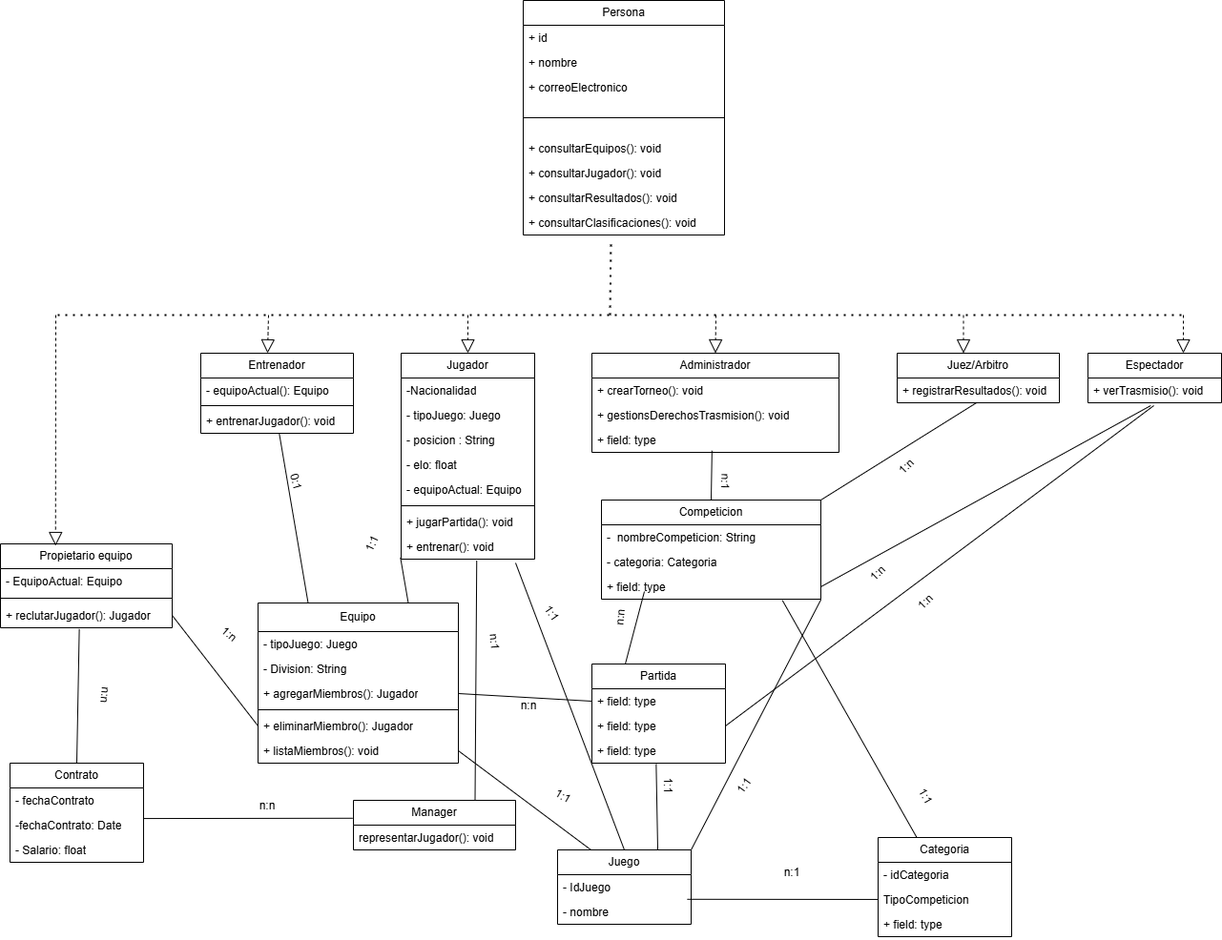
apy122/Trabajo-UML-EEDD keeps this draw.io diagram as Jpg/DiagramaClases.drawio.png. Above is the earlier version. Source tidied: cells renumbered, new cells last; positions are measured from the earlier drawing's top-left corner, leaving out a move shared by most shapes.
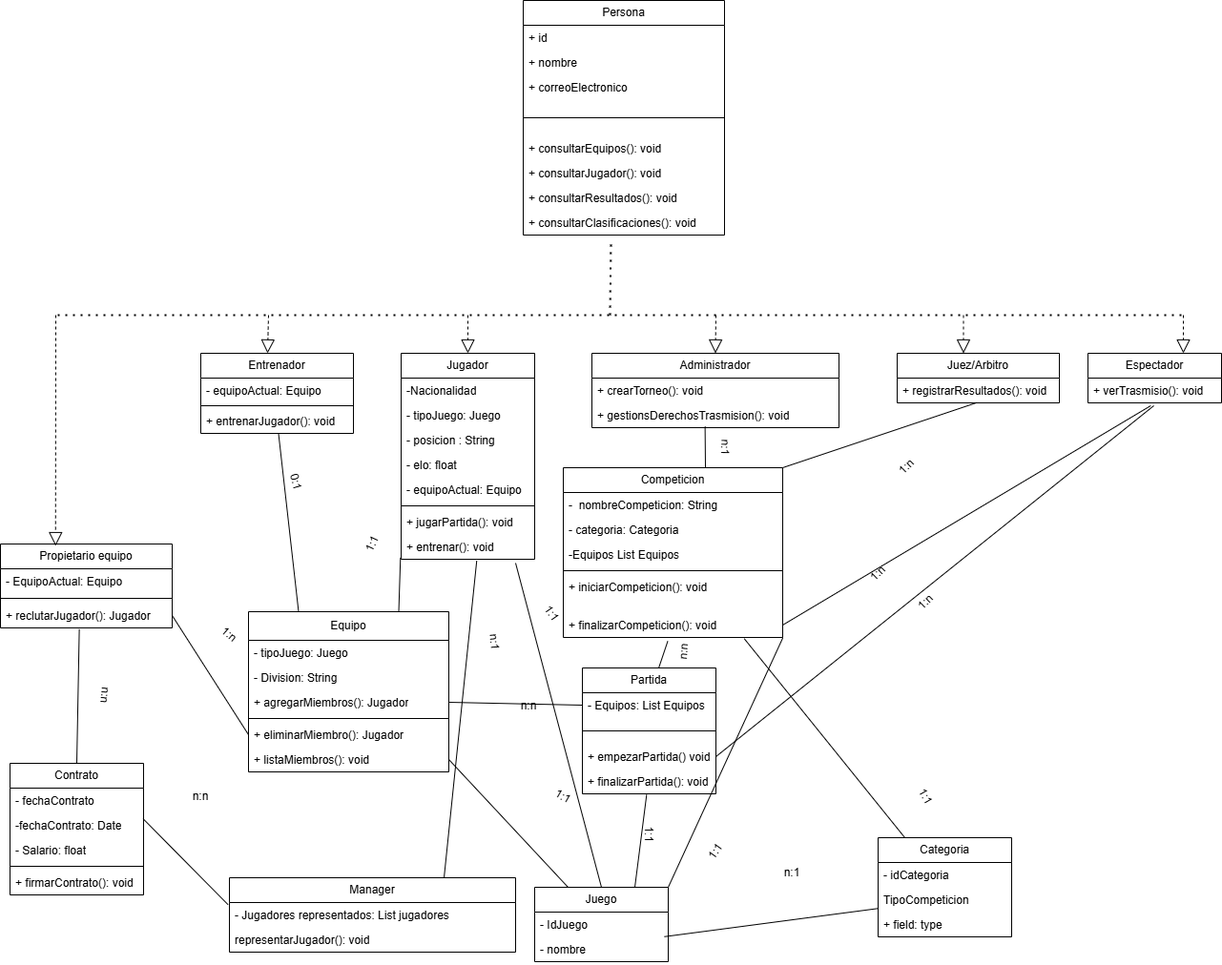
Later version of the same file.

Diff of the diagram source:
```diff
@@ -3,7 +3,7 @@
     <mxCell id="0" />
     <mxCell id="1" parent="0" />
     <mxCell id="2" value="Administrador" style="swimlane;fontStyle=0;horizontal=1;startSize=26;fillColor=none;whiteSpace=wrap;html=1;" parent="1" vertex="1">
-      <mxGeometry x="620" y="370" width="259" height="104" as="geometry" />
+      <mxGeometry x="620" y="370" width="259" height="78" as="geometry" />
     </mxCell>
     <mxCell id="3" value="+ crearTorneo(): void" style="text;strokeColor=none;fillColor=none;align=left;verticalAlign=top;spacingLeft=4;spacingRight=4;overflow=hidden;whiteSpace=wrap;html=1;" parent="2" vertex="1">
       <mxGeometry y="26" width="259" height="26" as="geometry" />
@@ -11,9 +11,6 @@
     <mxCell id="4" value="+ gestionsDerechosTrasmision(): void" style="text;strokeColor=none;fillColor=none;align=left;verticalAlign=top;spacingLeft=4;spacingRight=4;overflow=hidden;points=[[0,0.5],[1,0.5]];portConstraint=eastwest;whiteSpace=wrap;html=1;" parent="2" vertex="1">
       <mxGeometry y="52" width="259" height="26" as="geometry" />
     </mxCell>
-    <mxCell id="5" value="+ field: type" style="text;strokeColor=none;fillColor=none;align=left;verticalAlign=top;spacingLeft=4;spacingRight=4;overflow=hidden;points=[[0,0.5],[1,0.5]];portConstraint=eastwest;whiteSpace=wrap;html=1;" parent="2" vertex="1">
-      <mxGeometry y="78" width="259" height="26" as="geometry" />
-    </mxCell>
     <mxCell id="6" value="Juez/Arbitro" style="swimlane;fontStyle=0;horizontal=1;startSize=26;fillColor=none;whiteSpace=wrap;html=1;" parent="1" vertex="1">
       <mxGeometry x="940" y="370" width="170" height="52" as="geometry" />
     </mxCell>
@@ -60,15 +57,18 @@
       <mxGeometry y="190" width="140" height="26" as="geometry" />
     </mxCell>
     <mxCell id="21" value="Manager" style="swimlane;fontStyle=0;horizontal=1;startSize=26;fillColor=none;whiteSpace=wrap;html=1;" parent="1" vertex="1">
-      <mxGeometry x="370" y="839" width="170" height="52" as="geometry" />
+      <mxGeometry x="240" y="920" width="300" height="78" as="geometry" />
     </mxCell>
+    <mxCell id="109" value="- Jugadores representados: List jugadores" style="text;strokeColor=none;fillColor=none;align=left;verticalAlign=top;spacingLeft=4;spacingRight=4;overflow=hidden;whiteSpace=wrap;html=1;" parent="21" vertex="1">
+      <mxGeometry y="26" width="300" height="26" as="geometry" />
+    </mxCell>
     <mxCell id="22" value="representarJugador(): void" style="text;strokeColor=none;fillColor=none;align=left;verticalAlign=top;spacingLeft=4;spacingRight=4;overflow=hidden;whiteSpace=wrap;html=1;" parent="21" vertex="1">
-      <mxGeometry y="26" width="170" height="26" as="geometry" />
+      <mxGeometry y="52" width="300" height="26" as="geometry" />
     </mxCell>
     <mxCell id="23" value="Entrenador" style="swimlane;fontStyle=0;horizontal=1;startSize=26;fillColor=none;whiteSpace=wrap;html=1;" parent="1" vertex="1">
       <mxGeometry x="210" y="370" width="160" height="84" as="geometry" />
     </mxCell>
-    <mxCell id="24" value="- equipoActual(): Equipo" style="text;strokeColor=none;fillColor=none;align=left;verticalAlign=top;spacingLeft=4;spacingRight=4;overflow=hidden;whiteSpace=wrap;html=1;" parent="23" vertex="1">
+    <mxCell id="24" value="- equipoActual: Equipo" style="text;strokeColor=none;fillColor=none;align=left;verticalAlign=top;spacingLeft=4;spacingRight=4;overflow=hidden;whiteSpace=wrap;html=1;" parent="23" vertex="1">
       <mxGeometry y="26" width="160" height="26" as="geometry" />
     </mxCell>
     <mxCell id="25" style="line;strokeWidth=1;fillColor=none;align=left;verticalAlign=middle;spacingTop=-1;spacingLeft=3;spacingRight=3;labelPosition=right;strokeColor=inherit;" parent="23" vertex="1">
@@ -114,7 +114,7 @@
       <mxGeometry y="220" width="211" height="26" as="geometry" />
     </mxCell>
     <mxCell id="39" value="Equipo" style="swimlane;fontStyle=0;horizontal=1;startSize=30;fillColor=none;whiteSpace=wrap;html=1;" parent="1" vertex="1">
-      <mxGeometry x="270" y="632" width="210" height="168" as="geometry" />
+      <mxGeometry x="260" y="641" width="210" height="168" as="geometry" />
     </mxCell>
     <mxCell id="40" value="- tipoJuego: Juego" style="text;strokeColor=none;fillColor=none;align=left;verticalAlign=top;spacingLeft=4;spacingRight=4;overflow=hidden;whiteSpace=wrap;html=1;" parent="39" vertex="1">
       <mxGeometry y="30" width="210" height="26" as="geometry" />
@@ -135,7 +135,7 @@
       <mxGeometry y="142" width="210" height="26" as="geometry" />
     </mxCell>
     <mxCell id="46" value="Competicion" style="swimlane;fontStyle=0;horizontal=1;startSize=26;fillColor=none;whiteSpace=wrap;html=1;" parent="1" vertex="1">
-      <mxGeometry x="630" y="524" width="230" height="104" as="geometry" />
+      <mxGeometry x="590" y="490" width="230" height="178" as="geometry" />
     </mxCell>
     <mxCell id="47" value="-&amp;nbsp; nombreCompeticion: String" style="text;strokeColor=none;fillColor=none;align=left;verticalAlign=top;spacingLeft=4;spacingRight=4;overflow=hidden;whiteSpace=wrap;html=1;" parent="46" vertex="1">
       <mxGeometry y="26" width="230" height="26" as="geometry" />
@@ -143,8 +143,17 @@
     <mxCell id="48" value="- categoria: Categoria" style="text;strokeColor=none;fillColor=none;align=left;verticalAlign=top;spacingLeft=4;spacingRight=4;overflow=hidden;whiteSpace=wrap;html=1;" parent="46" vertex="1">
       <mxGeometry y="52" width="230" height="26" as="geometry" />
     </mxCell>
+    <mxCell id="110" value="-Equipos List Equipos" style="text;strokeColor=none;fillColor=none;align=left;verticalAlign=top;spacingLeft=4;spacingRight=4;overflow=hidden;whiteSpace=wrap;html=1;" parent="46" vertex="1">
+      <mxGeometry y="78" width="230" height="26" as="geometry" />
+    </mxCell>
+    <mxCell id="111" style="line;strokeWidth=1;fillColor=none;align=left;verticalAlign=middle;spacingTop=-1;spacingLeft=3;spacingRight=3;labelPosition=right;strokeColor=inherit;" parent="46" vertex="1">
+      <mxGeometry y="104" width="230" height="8" as="geometry" />
+    </mxCell>
+    <mxCell id="112" value="+ iniciarCompeticion(): void" style="text;strokeColor=none;fillColor=none;align=left;verticalAlign=top;spacingLeft=4;spacingRight=4;overflow=hidden;whiteSpace=wrap;html=1;" parent="46" vertex="1">
+      <mxGeometry y="112" width="230" height="40" as="geometry" />
+    </mxCell>
-    <mxCell id="49" value="+ field: type" style="text;strokeColor=none;fillColor=none;align=left;verticalAlign=top;spacingLeft=4;spacingRight=4;overflow=hidden;points=[[0,0.5],[1,0.5]];portConstraint=eastwest;whiteSpace=wrap;html=1;" parent="46" vertex="1">
-      <mxGeometry y="78" width="230" height="26" as="geometry" />
+    <mxCell id="49" value="+ finalizarCompeticion(): void" style="text;strokeColor=none;fillColor=none;align=left;verticalAlign=top;spacingLeft=4;spacingRight=4;overflow=hidden;points=[[0,0.5],[1,0.5]];portConstraint=eastwest;whiteSpace=wrap;html=1;" parent="46" vertex="1">
+      <mxGeometry y="152" width="230" height="26" as="geometry" />
     </mxCell>
     <mxCell id="50" style="endArrow=none;dashed=1;html=1;dashPattern=1 3;strokeWidth=2;rounded=0;" parent="1" edge="1">
       <mxGeometry relative="1" as="geometry">
@@ -192,7 +201,7 @@
       </mxGeometry>
     </mxCell>
     <mxCell id="58" value="Contrato" style="swimlane;fontStyle=0;horizontal=1;startSize=26;fillColor=none;whiteSpace=wrap;html=1;" parent="1" vertex="1">
-      <mxGeometry x="10" y="800" width="140" height="104" as="geometry" />
+      <mxGeometry x="10" y="800" width="140" height="138" as="geometry" />
     </mxCell>
     <mxCell id="59" value="- fechaContrato" style="text;strokeColor=none;fillColor=none;align=left;verticalAlign=top;spacingLeft=4;spacingRight=4;overflow=hidden;whiteSpace=wrap;html=1;" parent="58" vertex="1">
       <mxGeometry y="26" width="140" height="26" as="geometry" />
@@ -203,6 +212,12 @@
     <mxCell id="61" value="- Salario: float" style="text;strokeColor=none;fillColor=none;align=left;verticalAlign=top;spacingLeft=4;spacingRight=4;overflow=hidden;whiteSpace=wrap;html=1;" parent="58" vertex="1">
       <mxGeometry y="78" width="140" height="26" as="geometry" />
     </mxCell>
+    <mxCell id="113" style="line;strokeWidth=1;fillColor=none;align=left;verticalAlign=middle;spacingTop=-1;spacingLeft=3;spacingRight=3;labelPosition=right;strokeColor=inherit;" parent="58" vertex="1">
+      <mxGeometry y="104" width="140" height="8" as="geometry" />
+    </mxCell>
+    <mxCell id="114" value="+ firmarContrato(): void" style="text;strokeColor=none;fillColor=none;align=left;verticalAlign=top;spacingLeft=4;spacingRight=4;overflow=hidden;whiteSpace=wrap;html=1;" parent="58" vertex="1">
+      <mxGeometry y="112" width="140" height="26" as="geometry" />
+    </mxCell>
     <mxCell id="62" style="endArrow=none;html=1;rounded=0;entryX=-0.005;entryY=0.938;entryDx=0;entryDy=0;entryPerimeter=0;exitX=0.75;exitY=0;exitDx=0;exitDy=0;" parent="1" edge="1" source="39" target="20">
       <mxGeometry relative="1" as="geometry" />
     </mxCell>
@@ -231,22 +246,25 @@
       <mxGeometry x="80" y="694" width="60" height="70" as="geometry" />
     </mxCell>
     <mxCell id="71" value="n:n" style="text;html=1;align=center;verticalAlign=middle;whiteSpace=wrap;rounded=0;" parent="1" vertex="1">
-      <mxGeometry x="250" y="830" width="60" height="30" as="geometry" />
+      <mxGeometry x="180" y="820" width="60" height="30" as="geometry" />
     </mxCell>
     <mxCell id="72" value="Partida" style="swimlane;fontStyle=0;horizontal=1;startSize=26;fillColor=none;whiteSpace=wrap;html=1;" parent="1" vertex="1">
-      <mxGeometry x="620" y="696" width="140" height="104" as="geometry" />
+      <mxGeometry x="610" y="700" width="140" height="132" as="geometry" />
     </mxCell>
-    <mxCell id="73" value="+ field: type" style="text;strokeColor=none;fillColor=none;align=left;verticalAlign=top;spacingLeft=4;spacingRight=4;overflow=hidden;points=[[0,0.5],[1,0.5]];portConstraint=eastwest;whiteSpace=wrap;html=1;" parent="72" vertex="1">
+    <mxCell id="73" value="- Equipos: List Equipos" style="text;strokeColor=none;fillColor=none;align=left;verticalAlign=top;spacingLeft=4;spacingRight=4;overflow=hidden;points=[[0,0.5],[1,0.5]];portConstraint=eastwest;whiteSpace=wrap;html=1;" parent="72" vertex="1">
       <mxGeometry y="26" width="140" height="26" as="geometry" />
     </mxCell>
+    <mxCell id="115" style="line;strokeWidth=1;fillColor=none;align=left;verticalAlign=middle;spacingTop=-1;spacingLeft=3;spacingRight=3;labelPosition=right;strokeColor=inherit;" parent="72" vertex="1">
+      <mxGeometry y="52" width="140" height="28" as="geometry" />
+    </mxCell>
-    <mxCell id="74" value="+ field: type" style="text;strokeColor=none;fillColor=none;align=left;verticalAlign=top;spacingLeft=4;spacingRight=4;overflow=hidden;points=[[0,0.5],[1,0.5]];portConstraint=eastwest;whiteSpace=wrap;html=1;" parent="72" vertex="1">
-      <mxGeometry y="52" width="140" height="26" as="geometry" />
+    <mxCell id="74" value="+ empezarPartida() void" style="text;strokeColor=none;fillColor=none;align=left;verticalAlign=top;spacingLeft=4;spacingRight=4;overflow=hidden;points=[[0,0.5],[1,0.5]];portConstraint=eastwest;whiteSpace=wrap;html=1;" parent="72" vertex="1">
+      <mxGeometry y="80" width="140" height="26" as="geometry" />
     </mxCell>
-    <mxCell id="75" value="+ field: type" style="text;strokeColor=none;fillColor=none;align=left;verticalAlign=top;spacingLeft=4;spacingRight=4;overflow=hidden;points=[[0,0.5],[1,0.5]];portConstraint=eastwest;whiteSpace=wrap;html=1;" parent="72" vertex="1">
-      <mxGeometry y="78" width="140" height="26" as="geometry" />
+    <mxCell id="75" value="+ finalizarPartida(): void" style="text;strokeColor=none;fillColor=none;align=left;verticalAlign=top;spacingLeft=4;spacingRight=4;overflow=hidden;points=[[0,0.5],[1,0.5]];portConstraint=eastwest;whiteSpace=wrap;html=1;" parent="72" vertex="1">
+      <mxGeometry y="106" width="140" height="26" as="geometry" />
     </mxCell>
     <mxCell id="76" value="Juego" style="swimlane;fontStyle=0;horizontal=1;startSize=26;fillColor=none;whiteSpace=wrap;html=1;" parent="1" vertex="1">
-      <mxGeometry x="584" y="891" width="140" height="78" as="geometry" />
+      <mxGeometry x="560" y="930" width="140" height="78" as="geometry" />
     </mxCell>
     <mxCell id="77" value="- IdJuego" style="text;strokeColor=none;fillColor=none;align=left;verticalAlign=top;spacingLeft=4;spacingRight=4;overflow=hidden;whiteSpace=wrap;html=1;" parent="76" vertex="1">
       <mxGeometry y="26" width="140" height="26" as="geometry" />
@@ -295,14 +313,9 @@
     <mxCell id="91" style="endArrow=none;html=1;rounded=0;exitX=1;exitY=0.5;exitDx=0;exitDy=0;entryX=0;entryY=0.5;entryDx=0;entryDy=0;" parent="1" edge="1" source="42" target="73">
       <mxGeometry relative="1" as="geometry" />
     </mxCell>
-    <mxCell id="92" style="endArrow=none;html=1;rounded=0;entryX=0.25;entryY=0;entryDx=0;entryDy=0;" parent="1" edge="1" target="72">
-      <mxGeometry relative="1" as="geometry">
-        <mxPoint x="675" y="620" as="sourcePoint" />
-      </mxGeometry>
+    <mxCell id="92" style="endArrow=none;html=1;rounded=0;entryX=0.573;entryY=-0.004;entryDx=0;entryDy=0;exitX=0.476;exitY=1.154;exitDx=0;exitDy=0;exitPerimeter=0;entryPerimeter=0;" parent="1" edge="1" source="49" target="72">
+      <mxGeometry relative="1" as="geometry" />
     </mxCell>
-    <mxCell id="93" value="n:n" style="text;html=1;align=center;verticalAlign=middle;whiteSpace=wrap;rounded=0;rotation=-85;" parent="1" vertex="1">
-      <mxGeometry x="620" y="632" width="60" height="30" as="geometry" />
-    </mxCell>
     <mxCell id="94" value="n:n" style="text;html=1;align=center;verticalAlign=middle;whiteSpace=wrap;rounded=0;" parent="1" vertex="1">
       <mxGeometry x="524" y="725" width="60" height="30" as="geometry" />
     </mxCell>
@@ -315,8 +328,10 @@
     <mxCell id="97" style="endArrow=none;html=1;rounded=0;entryX=0.491;entryY=0.992;entryDx=0;entryDy=0;entryPerimeter=0;exitX=1;exitY=0;exitDx=0;exitDy=0;" parent="1" edge="1" source="46" target="7">
       <mxGeometry relative="1" as="geometry" />
     </mxCell>
-    <mxCell id="98" style="endArrow=none;html=1;rounded=0;entryX=0.486;entryY=0.931;entryDx=0;entryDy=0;entryPerimeter=0;exitX=0.5;exitY=0;exitDx=0;exitDy=0;" parent="1" edge="1" source="46" target="5">
-      <mxGeometry relative="1" as="geometry" />
+    <mxCell id="98" style="endArrow=none;html=1;rounded=0;entryX=0.458;entryY=0.954;entryDx=0;entryDy=0;entryPerimeter=0;" parent="1" edge="1" target="4">
+      <mxGeometry relative="1" as="geometry">
+        <mxPoint x="739" y="490" as="sourcePoint" />
+      </mxGeometry>
     </mxCell>
     <mxCell id="99" style="endArrow=none;html=1;rounded=0;entryX=0.47;entryY=1.115;entryDx=0;entryDy=0;entryPerimeter=0;exitX=1;exitY=0.5;exitDx=0;exitDy=0;" parent="1" edge="1" source="49" target="28">
       <mxGeometry relative="1" as="geometry" />
@@ -331,13 +346,13 @@
       <mxGeometry relative="1" as="geometry" />
     </mxCell>
     <mxCell id="103" value="1:1" style="text;html=1;align=center;verticalAlign=middle;whiteSpace=wrap;rounded=0;rotation=90;" parent="1" vertex="1">
-      <mxGeometry x="670" y="809" width="60" height="30" as="geometry" />
+      <mxGeometry x="650" y="860" width="60" height="30" as="geometry" />
     </mxCell>
     <mxCell id="104" value="1:1" style="text;html=1;align=center;verticalAlign=middle;whiteSpace=wrap;rounded=0;rotation=-54;" parent="1" vertex="1">
-      <mxGeometry x="750" y="809" width="60" height="30" as="geometry" />
+      <mxGeometry x="719.5" y="878" width="60" height="30" as="geometry" />
     </mxCell>
     <mxCell id="105" value="n:1" style="text;html=1;align=center;verticalAlign=middle;whiteSpace=wrap;rounded=0;rotation=91;" parent="1" vertex="1">
-      <mxGeometry x="730" y="490" width="60" height="30" as="geometry" />
+      <mxGeometry x="730" y="454" width="60" height="30" as="geometry" />
     </mxCell>
     <mxCell id="106" value="1:n" style="text;html=1;align=center;verticalAlign=middle;whiteSpace=wrap;rounded=0;rotation=-44;" parent="1" vertex="1">
       <mxGeometry x="890" y="586" width="60" height="30" as="geometry" />
@@ -348,5 +363,8 @@
     <mxCell id="108" value="1:n" style="text;html=1;align=center;verticalAlign=middle;whiteSpace=wrap;rounded=0;rotation=-44;" parent="1" vertex="1">
       <mxGeometry x="920" y="474" width="60" height="30" as="geometry" />
     </mxCell>
+    <mxCell id="93" value="n:n" style="text;html=1;align=center;verticalAlign=middle;whiteSpace=wrap;rounded=0;rotation=-85;" parent="1" vertex="1">
+      <mxGeometry x="690" y="672" width="52.8" height="22" as="geometry" />
+    </mxCell>
   </root>
 </mxGraphModel>
```
